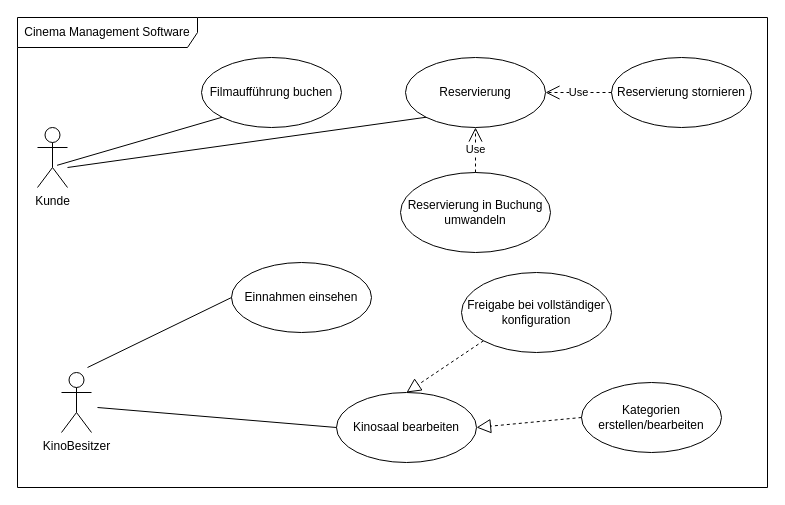
This is page "Anwendungsfalldiagramm" (2 of 3) of doc/Diagramme.drawio from dlbuchholz/cinema-management-software, a draw.io file, before an edit. Source tidied: cells renumbered, new cells numbered last; positions are measured from the earlier drawing's top-left corner, leaving out a move shared by most shapes. Both pictures are drawn from the tidied source at 100%, with x=0, y=0 at pixel (17, 17).
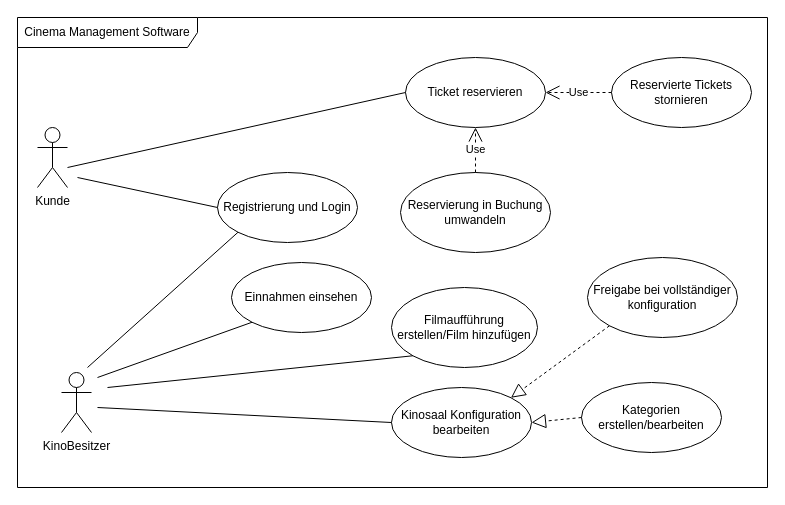
After the change.

Unchanged cells that the change refers to:
```xml
<mxCell id="2" value="Kunde" style="shape=umlActor;verticalLabelPosition=bottom;verticalAlign=top;html=1;" parent="1" vertex="1">
  <mxGeometry x="20" y="110" width="30" height="60" as="geometry" />
</mxCell>
<mxCell id="7" value="Einnahmen einsehen" style="ellipse;whiteSpace=wrap;html=1;" parent="1" vertex="1">
  <mxGeometry x="214" y="245" width="140" height="70" as="geometry" />
</mxCell>
```

Change to the diagram source:
```diff
@@
-    <mxCell id="3" value="Filmaufführung buchen" style="ellipse;whiteSpace=wrap;html=1;" parent="1" vertex="1">
-      <mxGeometry x="184" y="40" width="140" height="70" as="geometry" />
-    </mxCell>
-    <mxCell id="4" value="Reservierung" style="ellipse;whiteSpace=wrap;html=1;" parent="1" vertex="1">
+    <mxCell id="4" value="Ticket reservieren" style="ellipse;whiteSpace=wrap;html=1;" parent="1" vertex="1">
       <mxGeometry x="388" y="40" width="140" height="70" as="geometry" />
     </mxCell>
@@
-    <mxCell id="6" value="Reservierung stornieren" style="ellipse;whiteSpace=wrap;html=1;" parent="1" vertex="1">
+    <mxCell id="6" value="Reservierte Tickets stornieren" style="ellipse;whiteSpace=wrap;html=1;" parent="1" vertex="1">
       <mxGeometry x="594" y="40" width="140" height="70" as="geometry" />
     </mxCell>
@@
-    <mxCell id="8" value="Kinosaal bearbeiten" style="ellipse;whiteSpace=wrap;html=1;" parent="1" vertex="1">
-      <mxGeometry x="319" y="375" width="140" height="70" as="geometry" />
+    <mxCell id="8" value="Kinosaal Konfiguration bearbeiten" style="ellipse;whiteSpace=wrap;html=1;" parent="1" vertex="1">
+      <mxGeometry x="374" y="370" width="140" height="70" as="geometry" />
     </mxCell>
@@
     <mxCell id="11" value="Freigabe bei vollständiger konfiguration" style="ellipse;whiteSpace=wrap;html=1;" parent="1" vertex="1">
-      <mxGeometry x="444" y="255" width="150" height="80" as="geometry" />
+      <mxGeometry x="570" y="240" width="150" height="80" as="geometry" />
     </mxCell>
@@
-    <mxCell id="15" style="endArrow=block;dashed=1;endFill=0;endSize=12;html=1;rounded=0;entryX=0.5;entryY=0;entryDx=0;entryDy=0;exitX=0;exitY=1;exitDx=0;exitDy=0;" parent="1" edge="1" source="11" target="8">
+    <mxCell id="15" style="endArrow=block;dashed=1;endFill=0;endSize=12;html=1;rounded=0;entryX=1;entryY=0;entryDx=0;entryDy=0;exitX=0;exitY=1;exitDx=0;exitDy=0;" parent="1" edge="1" source="11" target="8">
       <mxGeometry relative="1" as="geometry" />
     </mxCell>
-    <mxCell id="16" style="endArrow=none;html=1;rounded=0;entryX=0;entryY=0.5;entryDx=0;entryDy=0;" parent="1" edge="1" target="7">
+    <mxCell id="16" style="endArrow=none;html=1;rounded=0;entryX=0;entryY=1;entryDx=0;entryDy=0;" parent="1" edge="1" target="21">
       <mxGeometry relative="1" as="geometry">
         <mxPoint x="70" y="350" as="sourcePoint" />
       </mxGeometry>
     </mxCell>
@@
-    <mxCell id="19" style="endArrow=none;html=1;rounded=0;entryX=0;entryY=1;entryDx=0;entryDy=0;exitX=0.653;exitY=0.63;exitDx=0;exitDy=0;exitPerimeter=0;" parent="1" edge="1" source="2" target="3">
-      <mxGeometry relative="1" as="geometry" />
-    </mxCell>
-    <mxCell id="20" style="endArrow=none;html=1;rounded=0;entryX=0;entryY=1;entryDx=0;entryDy=0;" parent="1" edge="1" target="4">
+    <mxCell id="20" style="endArrow=none;html=1;rounded=0;entryX=0;entryY=0.5;entryDx=0;entryDy=0;" parent="1" edge="1" target="4">
       <mxGeometry relative="1" as="geometry">
         <mxPoint x="50" y="150" as="sourcePoint" />
       </mxGeometry>
     </mxCell>
+    <mxCell id="21" value="Registrierung und Login" style="ellipse;whiteSpace=wrap;html=1;" parent="1" vertex="1">
+      <mxGeometry x="200" y="155" width="140" height="70" as="geometry" />
+    </mxCell>
+    <mxCell id="22" style="endArrow=none;html=1;rounded=0;entryX=0;entryY=0.5;entryDx=0;entryDy=0;fontStyle=1;" parent="1" edge="1" target="21">
+      <mxGeometry relative="1" as="geometry">
+        <mxPoint x="60" y="160" as="sourcePoint" />
+      </mxGeometry>
+    </mxCell>
+    <mxCell id="23" style="endArrow=none;html=1;rounded=0;entryX=0;entryY=1;entryDx=0;entryDy=0;" parent="1" edge="1" target="7">
+      <mxGeometry relative="1" as="geometry">
+        <mxPoint x="80" y="360" as="sourcePoint" />
+      </mxGeometry>
+    </mxCell>
+    <mxCell id="24" value="Filmaufführung erstellen/Film hinzufügen" style="ellipse;whiteSpace=wrap;html=1;" parent="1" vertex="1">
+      <mxGeometry x="374" y="270" width="146" height="80" as="geometry" />
+    </mxCell>
+    <mxCell id="25" style="endArrow=none;html=1;rounded=0;entryX=0;entryY=1;entryDx=0;entryDy=0;" parent="1" edge="1" target="24">
+      <mxGeometry relative="1" as="geometry">
+        <mxPoint x="90" y="370" as="sourcePoint" />
+      </mxGeometry>
+    </mxCell>
```
